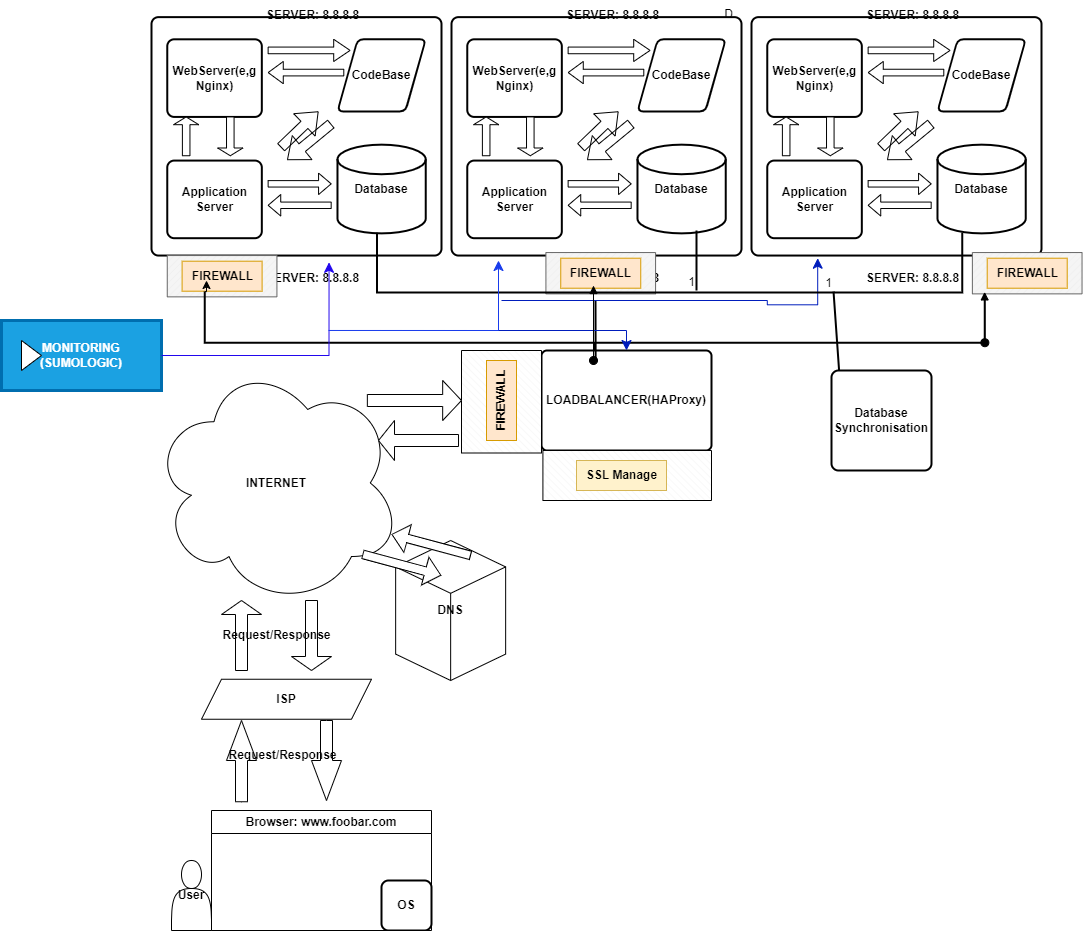
annerachael/alx-system_engineering-devops keeps this draw.io diagram as 0x09-web_infrastructure_design/2-secured_and_monitored_web_infrastructure.drawio.png. Above is the earlier version. Source tidied: cells renumbered, new cells last; positions are measured from the earlier drawing's top-left corner, leaving out a move shared by most shapes.
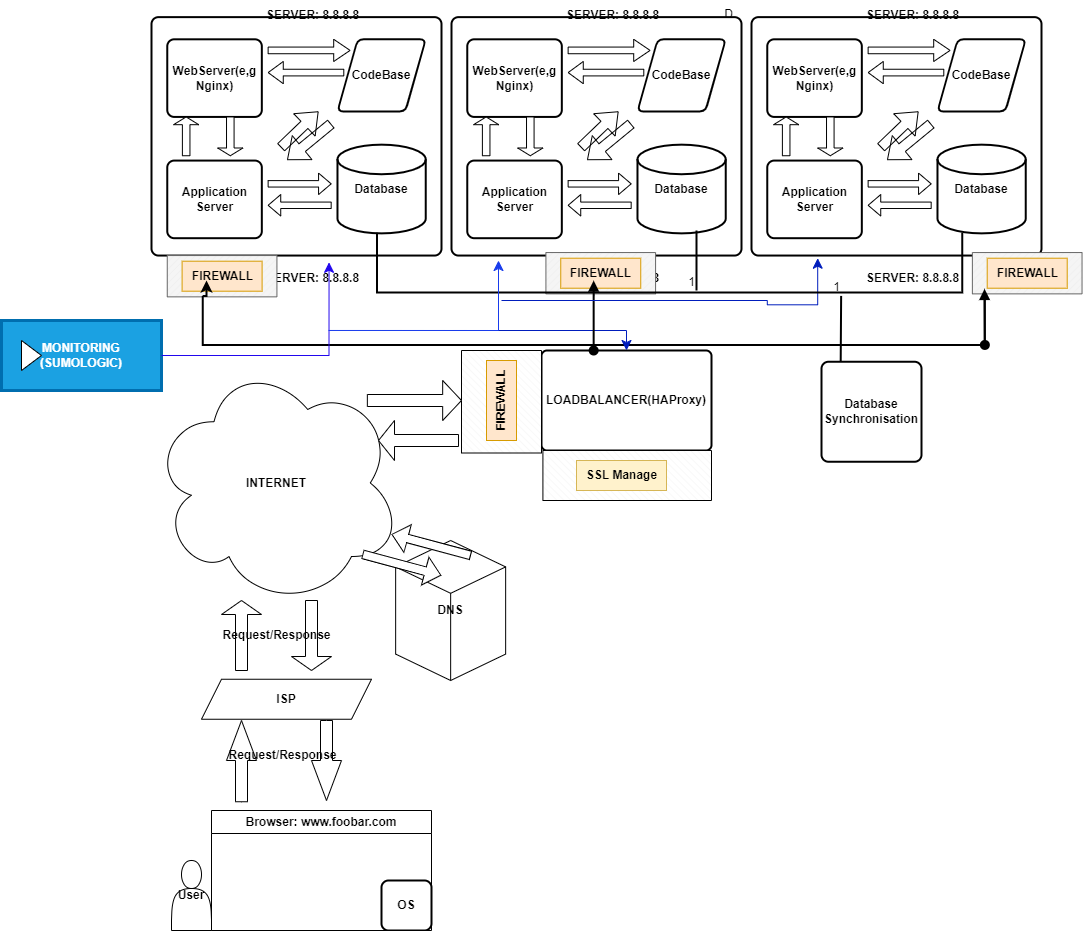
Above is the later version.

The edit, as a diff of the source:
```diff
@@ -2,7 +2,7 @@
   <root>
     <mxCell id="0" />
     <mxCell id="1" parent="0" />
-    <mxCell id="2" style="endArrow=none;html=1;rounded=0;entryX=0.013;entryY=0.78;entryDx=0;entryDy=0;entryPerimeter=0;strokeWidth=2;" parent="1" edge="1" target="90">
+    <mxCell id="2" style="endArrow=none;html=1;rounded=0;entryX=-0.059;entryY=0.793;entryDx=0;entryDy=0;entryPerimeter=0;strokeWidth=2;" parent="1" edge="1" target="90">
       <mxGeometry relative="1" as="geometry">
         <mxPoint x="839" y="438" as="sourcePoint" />
       </mxGeometry>
@@ -184,7 +184,7 @@
       </mxGeometry>
     </mxCell>
     <mxCell id="53" style="strokeWidth=2;html=1;shape=mxgraph.flowchart.annotation_2;align=left;labelPosition=right;rotation=-90;" parent="34" vertex="1">
-      <mxGeometry x="92.2" y="-47.8" width="102.3" height="780" as="geometry" />
+      <mxGeometry x="93.3" y="-46.7" width="97.8" height="782.2" as="geometry" />
     </mxCell>
     <mxCell id="54" style="shape=singleArrow;whiteSpace=wrap;html=1;rotation=-180;" parent="34" vertex="1">
       <mxGeometry x="-73" y="420" width="80" height="40" as="geometry" />
@@ -201,13 +201,8 @@
     <mxCell id="58" value="&lt;b&gt;LOADBALANCER(HAProxy)&lt;/b&gt;" style="rounded=1;whiteSpace=wrap;html=1;absoluteArcSize=1;arcSize=11;strokeWidth=2;" parent="34" vertex="1">
       <mxGeometry x="90" y="350" width="170" height="100" as="geometry" />
     </mxCell>
-    <mxCell id="59" style="endArrow=none;html=1;rounded=0;exitX=0.334;exitY=0.501;exitDx=0;exitDy=0;exitPerimeter=0;strokeWidth=2;" parent="34" edge="1" source="53">
-      <mxGeometry relative="1" as="geometry">
-        <mxPoint x="144" y="300" as="targetPoint" />
-      </mxGeometry>
-    </mxCell>
     <mxCell id="60" value="&lt;b&gt;Database Synchronisation&lt;/b&gt;" style="rounded=1;whiteSpace=wrap;html=1;absoluteArcSize=1;arcSize=14;strokeWidth=2;" parent="34" vertex="1">
-      <mxGeometry x="380" y="370" width="100" height="100" as="geometry" />
+      <mxGeometry x="370" y="361.2" width="100" height="100" as="geometry" />
     </mxCell>
     <mxCell id="61" value="&lt;div style=&quot;&quot;&gt;&lt;br&gt;&lt;/div&gt;" style="verticalLabelPosition=bottom;verticalAlign=top;html=1;shape=mxgraph.basic.patternFillRect;fillStyle=diag;step=5;fillStrokeWidth=0.2;fillStrokeColor=#dddddd;rotation=-90;align=center;" parent="34" vertex="1">
       <mxGeometry x="-1.2" y="361.2" width="102.5" height="80" as="geometry" />
@@ -232,6 +227,12 @@
         <mxPoint y="330" as="sourcePoint" />
       </mxGeometry>
     </mxCell>
+    <mxCell id="93" style="html=1;verticalAlign=bottom;startArrow=oval;startFill=1;endArrow=block;startSize=8;curved=0;rounded=0;strokeWidth=2;" parent="34" edge="1">
+      <mxGeometry relative="1" as="geometry">
+        <mxPoint x="142.2" y="350" as="sourcePoint" />
+        <mxPoint x="142.2" y="280" as="targetPoint" />
+      </mxGeometry>
+    </mxCell>
     <mxCell id="68" style="group;" parent="1" vertex="1">
       <mxGeometry x="750" y="48" width="330.5" height="293.4" as="geometry" />
     </mxCell>
@@ -314,7 +315,7 @@
     <mxCell id="88" style="shape=singleArrow;whiteSpace=wrap;html=1;" parent="1" vertex="1">
       <mxGeometry x="365.9" y="428" width="94.2" height="40" as="geometry" />
     </mxCell>
-    <mxCell id="89" style="edgeStyle=orthogonalEdgeStyle;rounded=0;jettySize=auto;html=1;exitX=1;exitY=0;exitDx=0;exitDy=0;exitPerimeter=0;" parent="1" edge="1" source="53">
+    <mxCell id="89" style="edgeStyle=orthogonalEdgeStyle;rounded=0;jettySize=auto;html=1;exitX=1;exitY=0;exitDx=0;exitDy=0;exitPerimeter=0;strokeWidth=2;" parent="1" edge="1" source="53">
       <mxGeometry relative="1" as="geometry">
         <mxPoint x="205" y="328" as="targetPoint" />
       </mxGeometry>
@@ -331,13 +332,7 @@
     <mxCell id="92" value="1" style="html=1;whiteSpace=wrap;align=right;verticalAlign=bottom;" parent="91" vertex="1">
       <mxGeometry x="1" relative="1" as="geometry" />
     </mxCell>
-    <mxCell id="93" style="html=1;verticalAlign=bottom;startArrow=oval;startFill=1;endArrow=block;startSize=8;curved=0;rounded=0;strokeWidth=1;" parent="1" edge="1">
-      <mxGeometry relative="1" as="geometry">
-        <mxPoint x="592" y="408" as="sourcePoint" />
-        <mxPoint x="592" y="333" as="targetPoint" />
-      </mxGeometry>
-    </mxCell>
-    <mxCell id="94" style="html=1;verticalAlign=bottom;startArrow=oval;startFill=1;endArrow=block;startSize=8;curved=0;rounded=0;exitX=0.5;exitY=1;exitDx=0;exitDy=0;exitPerimeter=0;entryX=0.112;entryY=0.952;entryDx=0;entryDy=0;entryPerimeter=0;" parent="1" edge="1" source="53" target="85">
+    <mxCell id="94" style="html=1;verticalAlign=bottom;startArrow=oval;startFill=1;endArrow=block;startSize=8;curved=0;rounded=0;exitX=0.5;exitY=1;exitDx=0;exitDy=0;exitPerimeter=0;entryX=0.111;entryY=0.879;entryDx=0;entryDy=0;entryPerimeter=0;strokeWidth=2;" parent="1" edge="1" source="53" target="85">
       <mxGeometry x="-1" y="6" relative="1" as="geometry" />
     </mxCell>
     <mxCell id="95" value="&lt;b&gt;MONITORING&lt;br&gt;(SUMOLOGIC)&lt;br&gt;&lt;/b&gt;" style="html=1;whiteSpace=wrap;fillColor=#1ba1e2;fontColor=#ffffff;strokeColor=#006EAF;strokeWidth=3;" parent="1" vertex="1">
```
